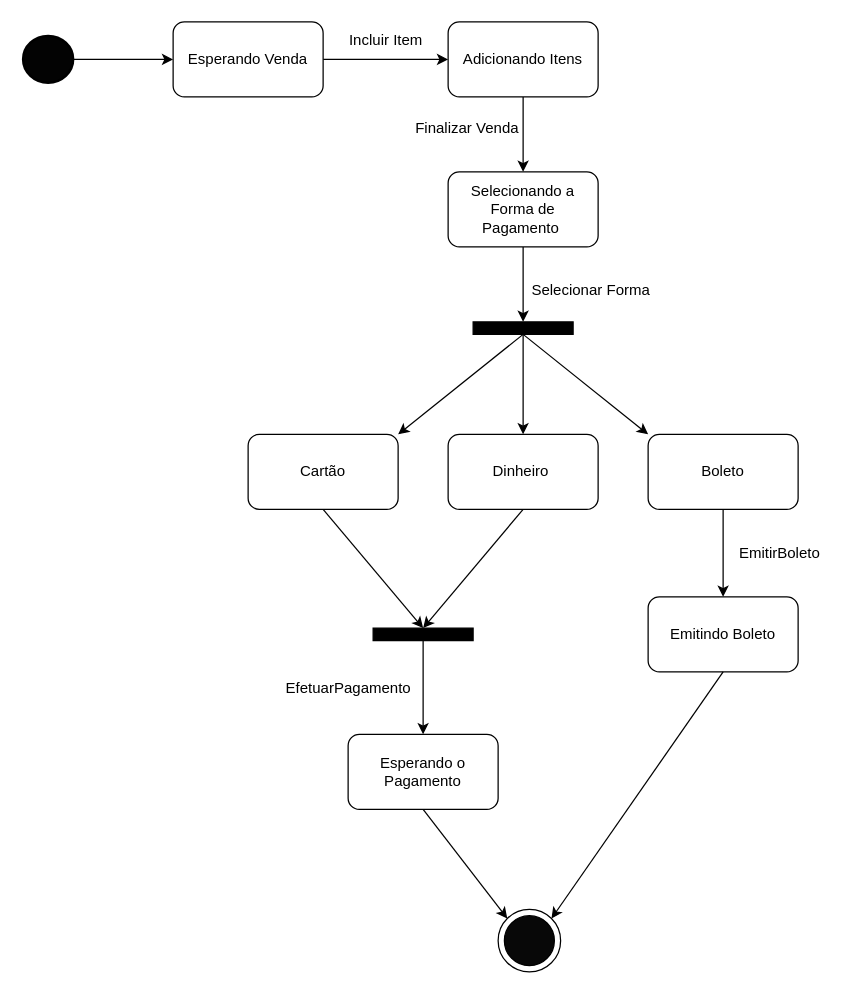
kemueldematos/Desenvolvimento-de-Sistemas-I keeps this draw.io diagram as Diagrama sem nome.drawio. Above is the earlier version. Source tidied: cells renumbered, new cells numbered last; positions are measured from the earlier drawing's top-left corner, leaving out a move shared by most shapes. Both pictures are drawn from the tidied source at 125%, with x=0, y=0 at pixel (22, 21).
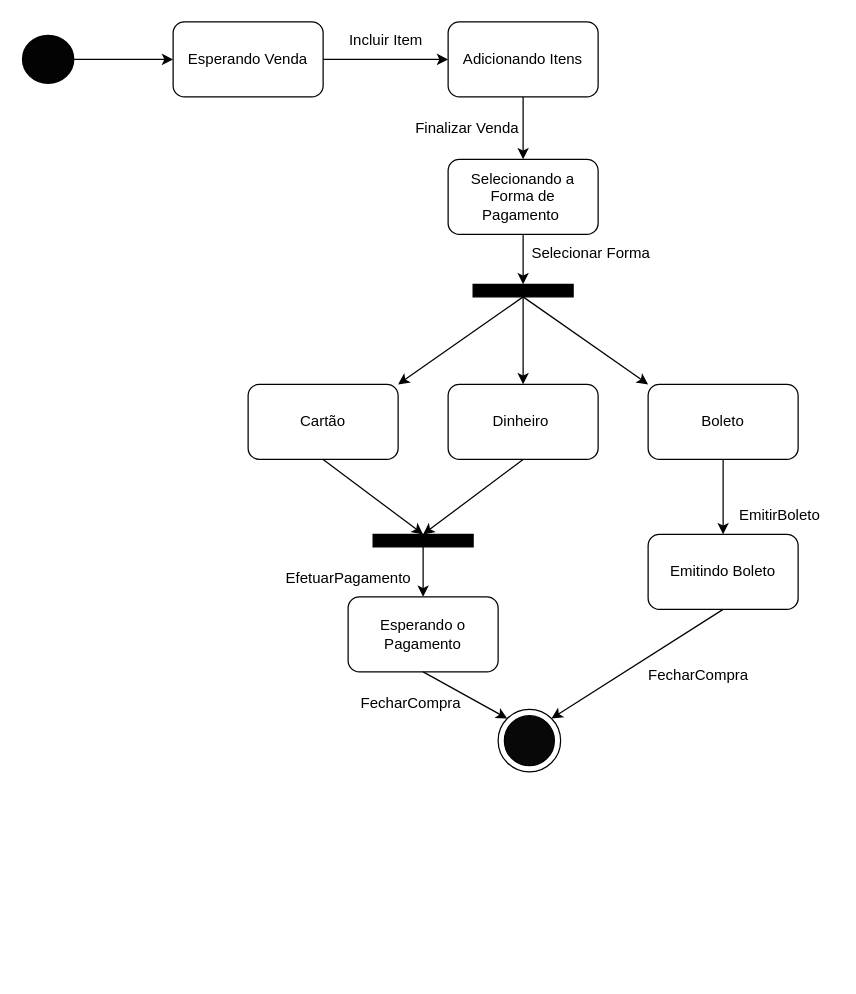
The same page after the edit.

Change to the diagram source:
```diff
@@
     <mxCell id="7" value="Selecionando a Forma de Pagamento&amp;nbsp;" style="rounded=1;whiteSpace=wrap;html=1;" parent="1" vertex="1">
-      <mxGeometry x="340" y="120" width="120" height="60" as="geometry" />
+      <mxGeometry x="340" y="110" width="120" height="60" as="geometry" />
     </mxCell>
@@
     <mxCell id="13" style="rounded=0;whiteSpace=wrap;html=1;rotation=0;fillColor=#000000;" parent="1" vertex="1">
-      <mxGeometry x="360" y="240" width="80" height="10" as="geometry" />
+      <mxGeometry x="360" y="210" width="80" height="10" as="geometry" />
     </mxCell>
     <mxCell id="14" value="Selecionar Forma" style="text;html=1;align=center;verticalAlign=middle;strokeColor=none;fillColor=none;" parent="1" vertex="1">
-      <mxGeometry x="394" y="200" width="120" height="30" as="geometry" />
+      <mxGeometry x="394" y="170" width="120" height="30" as="geometry" />
     </mxCell>
     <mxCell id="15" value="Dinheiro&amp;nbsp;" style="rounded=1;whiteSpace=wrap;html=1;" parent="1" vertex="1">
-      <mxGeometry x="340" y="330" width="120" height="60" as="geometry" />
+      <mxGeometry x="340" y="290" width="120" height="60" as="geometry" />
     </mxCell>
@@
     <mxCell id="17" value="Boleto" style="rounded=1;whiteSpace=wrap;html=1;" parent="1" vertex="1">
-      <mxGeometry x="500" y="330" width="120" height="60" as="geometry" />
+      <mxGeometry x="500" y="290" width="120" height="60" as="geometry" />
     </mxCell>
     <mxCell id="18" value="Cartão" style="rounded=1;whiteSpace=wrap;html=1;" parent="1" vertex="1">
-      <mxGeometry x="180" y="330" width="120" height="60" as="geometry" />
+      <mxGeometry x="180" y="290" width="120" height="60" as="geometry" />
     </mxCell>
@@
     <mxCell id="21" value="Emitindo Boleto" style="rounded=1;whiteSpace=wrap;html=1;" parent="1" vertex="1">
-      <mxGeometry x="500" y="460" width="120" height="60" as="geometry" />
+      <mxGeometry x="500" y="410" width="120" height="60" as="geometry" />
     </mxCell>
     <mxCell id="22" value="EmitirBoleto" style="text;html=1;align=center;verticalAlign=middle;strokeColor=none;fillColor=none;" parent="1" vertex="1">
-      <mxGeometry x="560" y="410" width="90" height="30" as="geometry" />
+      <mxGeometry x="560" y="380" width="90" height="30" as="geometry" />
     </mxCell>
     <mxCell id="23" style="rounded=0;whiteSpace=wrap;html=1;rotation=0;fillColor=#000000;" parent="1" vertex="1">
-      <mxGeometry x="280" y="485" width="80" height="10" as="geometry" />
+      <mxGeometry x="280" y="410" width="80" height="10" as="geometry" />
     </mxCell>
@@
     <mxCell id="26" value="Esperando o Pagamento" style="rounded=1;whiteSpace=wrap;html=1;" parent="1" vertex="1">
-      <mxGeometry x="260" y="570" width="120" height="60" as="geometry" />
+      <mxGeometry x="260" y="460" width="120" height="60" as="geometry" />
     </mxCell>
@@
     <mxCell id="28" value="EfetuarPagamento" style="text;html=1;align=center;verticalAlign=middle;strokeColor=none;fillColor=none;" parent="1" vertex="1">
-      <mxGeometry x="200" y="518" width="120" height="30" as="geometry" />
+      <mxGeometry x="200" y="430" width="120" height="30" as="geometry" />
     </mxCell>
     <mxCell id="29" style="ellipse;whiteSpace=wrap;html=1;" parent="1" vertex="1">
-      <mxGeometry x="380" y="710" width="50" height="50" as="geometry" />
+      <mxGeometry x="380" y="550" width="50" height="50" as="geometry" />
     </mxCell>
     <mxCell id="30" style="ellipse;whiteSpace=wrap;html=1;fillColor=#080808;" parent="1" vertex="1">
-      <mxGeometry x="385" y="715" width="40" height="40" as="geometry" />
+      <mxGeometry x="385" y="555" width="40" height="40" as="geometry" />
     </mxCell>
@@
+    <mxCell id="33" value="FecharCompra" style="text;html=1;align=center;verticalAlign=middle;strokeColor=none;fillColor=none;" parent="1" vertex="1">
+      <mxGeometry x="490" y="508" width="100" height="30" as="geometry" />
+    </mxCell>
+    <mxCell id="34" value="FecharCompra" style="text;html=1;align=center;verticalAlign=middle;strokeColor=none;fillColor=none;" parent="1" vertex="1">
+      <mxGeometry x="260" y="530" width="100" height="30" as="geometry" />
+    </mxCell>
```
